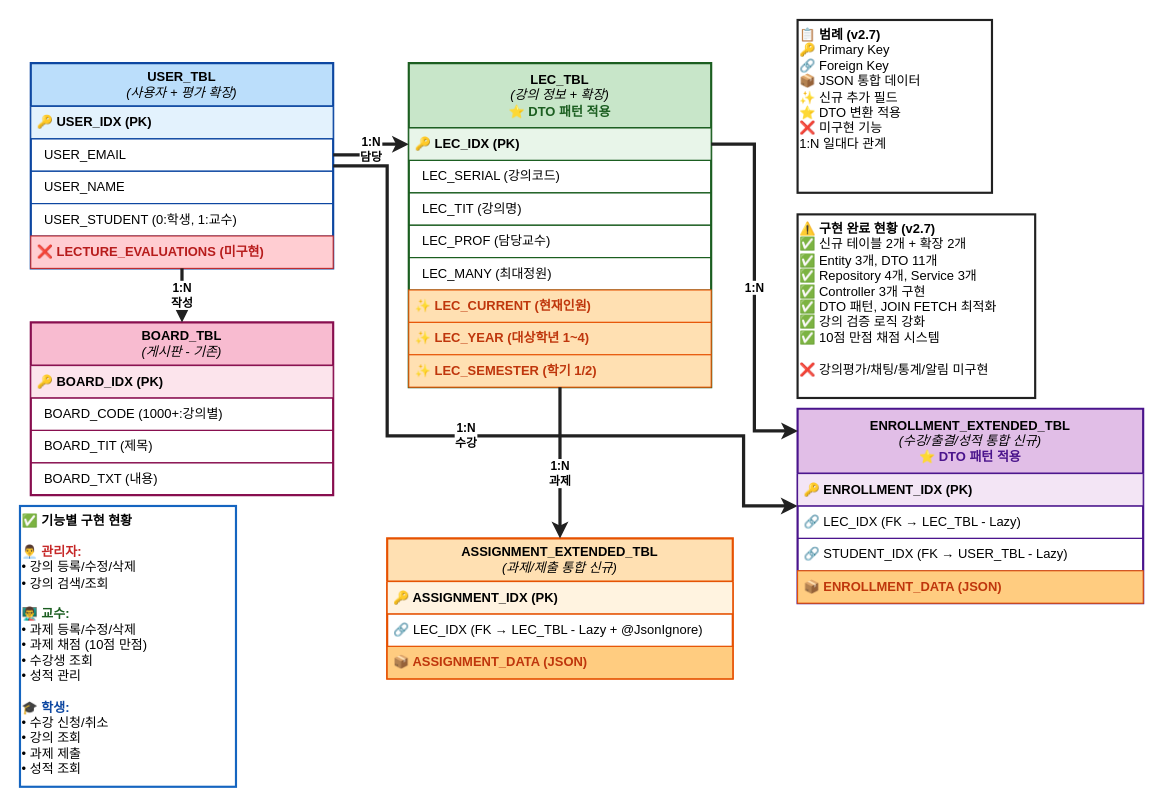
hooting76/blue-crab-lms keeps this draw.io diagram as backend/BlueCrab/docs/강의관련기능/ERD_Diagram.drawio. Above is the earlier version. Source tidied: cells renumbered, new cells numbered last; positions are measured from the earlier drawing's top-left corner, leaving out a move shared by most shapes. Both pictures are drawn from the tidied source at 108%, with x=0, y=0 at pixel (19, 19).
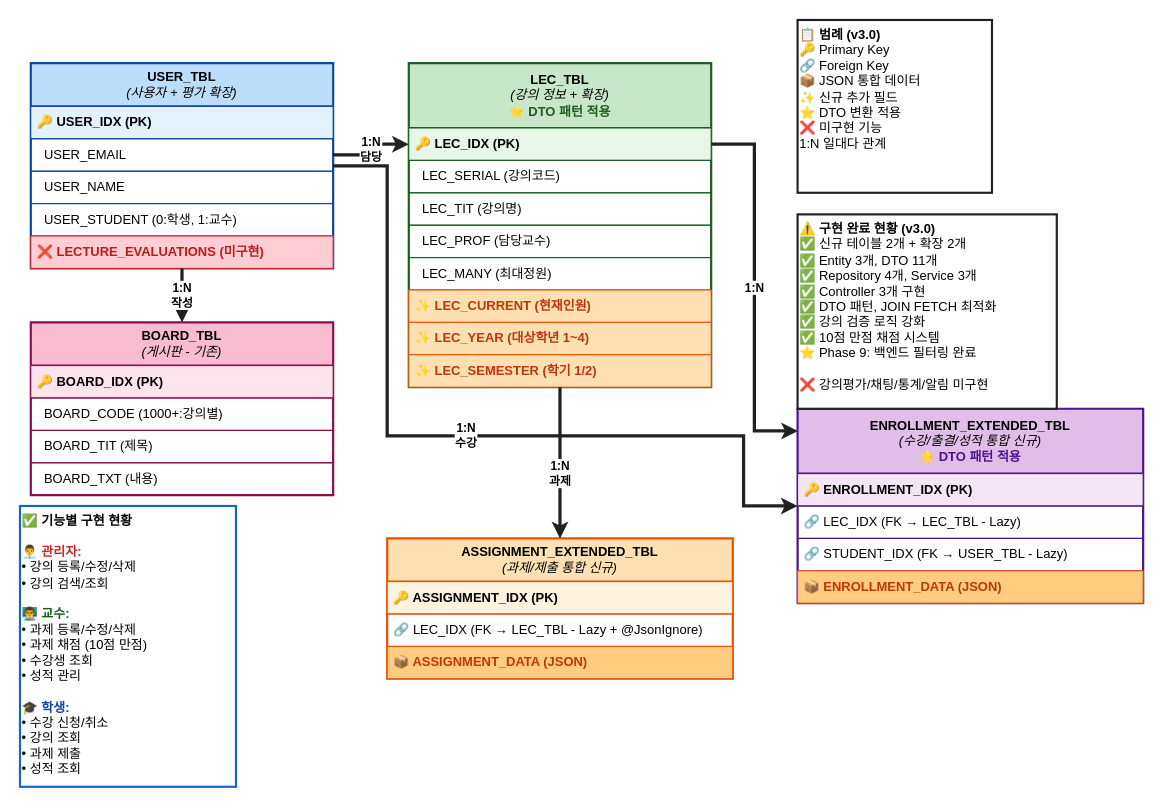
The same page after the edit.

Diff of the diagram source:
```diff
@@
-    <mxCell id="36" value="&lt;b&gt;📋 범례 (v2.7)&lt;/b&gt;&lt;br&gt;🔑 Primary Key&lt;br&gt;🔗 Foreign Key&lt;br&gt;📦 JSON 통합 데이터&lt;br&gt;✨ 신규 추가 필드&lt;br&gt;⭐ DTO 변환 적용&lt;br&gt;❌ 미구현 기능&lt;br&gt;1:N 일대다 관계" style="text;html=1;strokeColor=#212121;strokeWidth=2;fillColor=light-dark(#FFFFFF,#99FF33);align=left;verticalAlign=top;whiteSpace=wrap;rounded=0;fontColor=light-dark(#000000,#000000);labelBackgroundColor=none;" parent="1" vertex="1">
+    <mxCell id="36" value="&lt;b&gt;📋 범례 (v3.0)&lt;/b&gt;&lt;br&gt;🔑 Primary Key&lt;br&gt;🔗 Foreign Key&lt;br&gt;📦 JSON 통합 데이터&lt;br&gt;✨ 신규 추가 필드&lt;br&gt;⭐ DTO 변환 적용&lt;br&gt;❌ 미구현 기능&lt;br&gt;1:N 일대다 관계" style="text;html=1;strokeColor=#212121;strokeWidth=2;fillColor=light-dark(#FFFFFF,#99FF33);align=left;verticalAlign=top;whiteSpace=wrap;rounded=0;fontColor=light-dark(#000000,#000000);labelBackgroundColor=none;" parent="1" vertex="1">
       <mxGeometry x="720" width="180" height="160" as="geometry" />
     </mxCell>
-    <mxCell id="37" value="&lt;b&gt;⚠️ 구현 완료 현황 (v2.7)&lt;/b&gt;&lt;br&gt;✅ 신규 테이블 2개 + 확장 2개&lt;br&gt;✅ Entity 3개, DTO 11개&lt;br&gt;✅ Repository 4개, Service 3개&lt;br&gt;✅ Controller 3개 구현&lt;br&gt;✅ DTO 패턴, JOIN FETCH 최적화&lt;br&gt;✅ 강의 검증 로직 강화&lt;br&gt;✅ 10점 만점 채점 시스템&lt;br&gt;&lt;br&gt;❌ 강의평가/채팅/통계/알림 미구현" style="text;html=1;strokeColor=#212121;strokeWidth=2;fillColor=light-dark(#FFFFFF,#99FF33);align=left;verticalAlign=top;whiteSpace=wrap;rounded=0;labelBackgroundColor=none;fontColor=light-dark(#000000,#000000);" parent="1" vertex="1">
-      <mxGeometry x="720" y="180" width="220" height="170" as="geometry" />
+    <mxCell id="37" value="&lt;b&gt;⚠️ 구현 완료 현황 (v3.0)&lt;/b&gt;&lt;br&gt;✅ 신규 테이블 2개 + 확장 2개&lt;br&gt;✅ Entity 3개, DTO 11개&lt;br&gt;✅ Repository 4개, Service 3개&lt;br&gt;✅ Controller 3개 구현&lt;br&gt;✅ DTO 패턴, JOIN FETCH 최적화&lt;br&gt;✅ 강의 검증 로직 강화&lt;br&gt;✅ 10점 만점 채점 시스템&lt;br&gt;⭐ Phase 9: 백엔드 필터링 완료&lt;br&gt;&lt;br&gt;❌ 강의평가/채팅/통계/알림 미구현" style="text;html=1;strokeColor=#212121;strokeWidth=2;fillColor=light-dark(#FFFFFF,#99FF33);align=left;verticalAlign=top;whiteSpace=wrap;rounded=0;labelBackgroundColor=none;fontColor=light-dark(#000000,#000000);" parent="1" vertex="1">
+      <mxGeometry x="720" y="180" width="240" height="180" as="geometry" />
     </mxCell>
```
